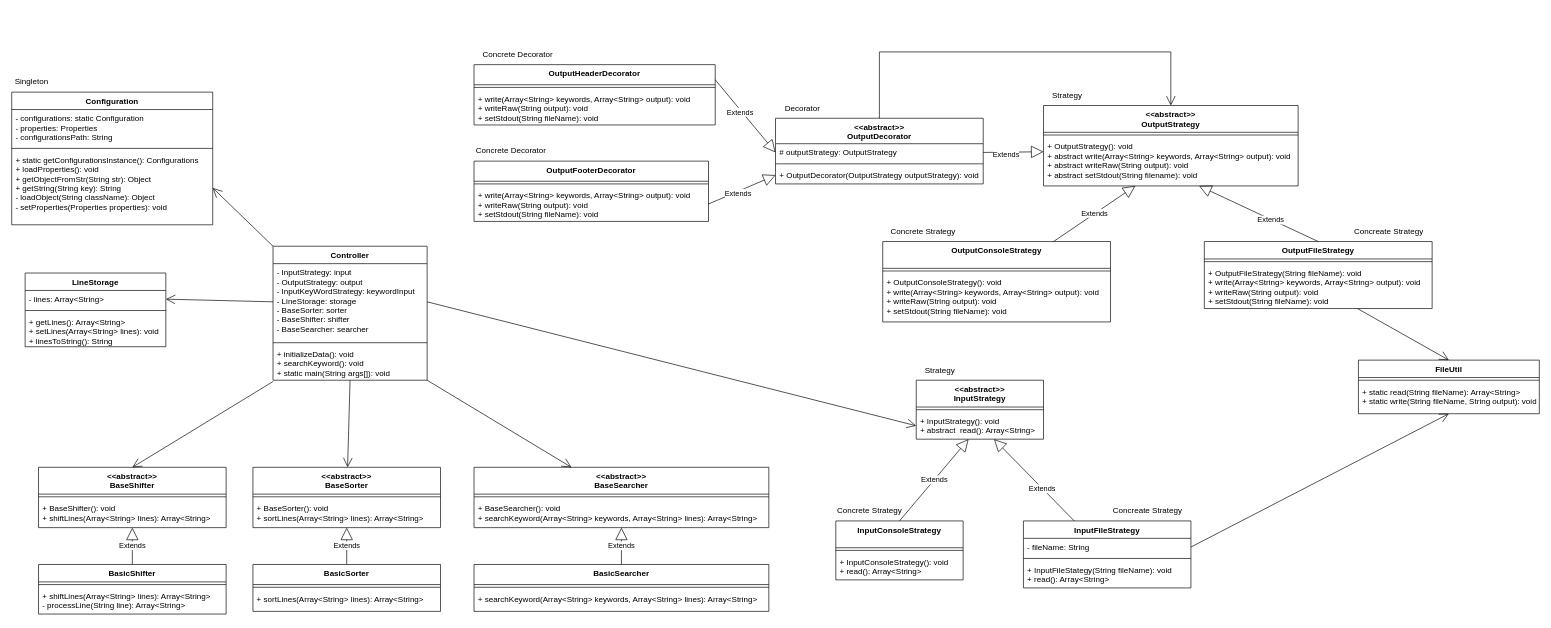
Above: SE311.drawio in nhd36/shopify-product-challenge (draw.io), before the change. Source tidied: cells renumbered, new cells numbered last; positions are measured from the earlier drawing's top-left corner, leaving out a move shared by most shapes. Both pictures are drawn from the tidied source at 67%, with x=0, y=0 at pixel (11, 44).
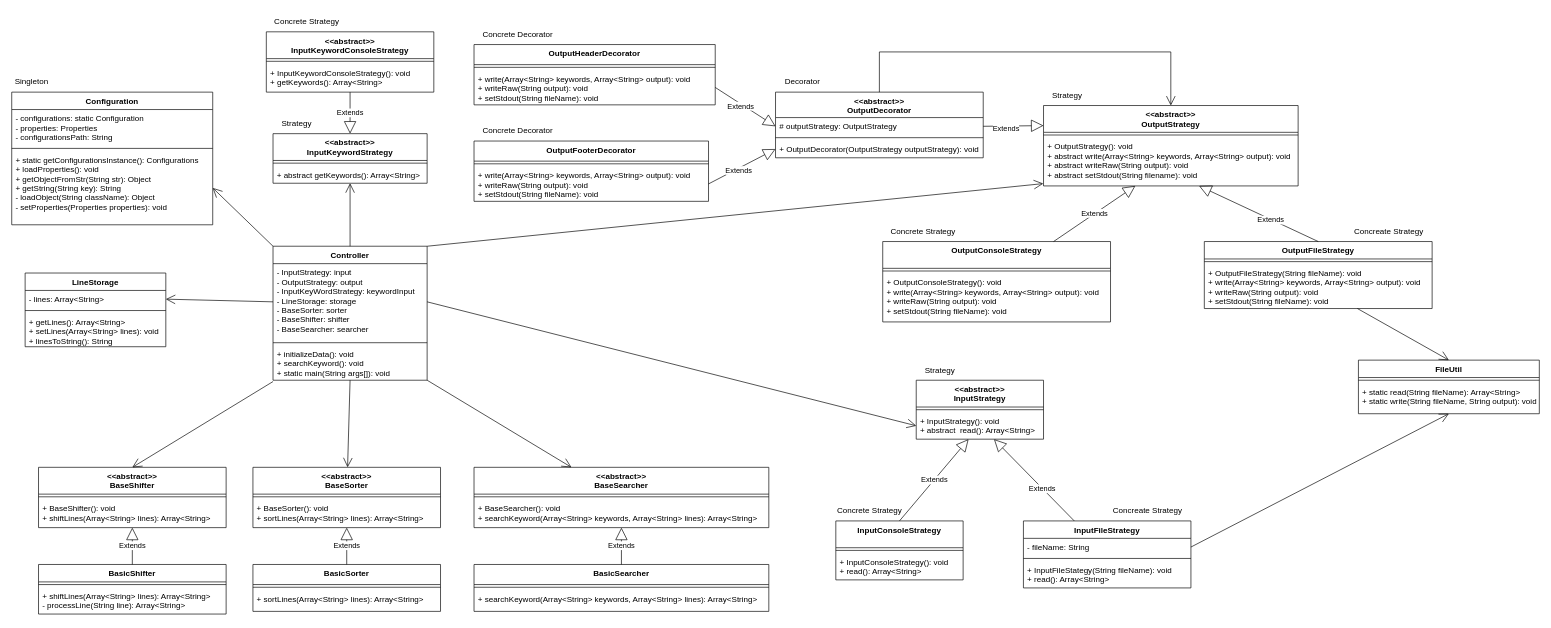
The same diagram, later.

The change refers to these unchanged cells:
```xml
<mxCell id="2" value="Controller" style="swimlane;fontStyle=1;align=center;verticalAlign=top;horizontal=1;startSize=26;" parent="1" vertex="1">
  <mxGeometry x="390" y="301" width="230" height="200" as="geometry" />
</mxCell>
<mxCell id="42" value="&lt;&lt;abstract&gt;&gt;&#10;OutputStrategy&#10;" style="swimlane;fontStyle=1;align=center;verticalAlign=top;horizontal=1;startSize=40;" parent="1" vertex="1">
  <mxGeometry x="1540" y="91" width="380" height="120" as="geometry" />
</mxCell>
<mxCell id="44" value="+ OutputStrategy(): void&#10;+ abstract write(Array&lt;String&gt; keywords, Array&lt;String&gt; output): void&#10;+ abstract writeRaw(String output): void&#10;+ abstract setStdout(String filename): void" style="text;strokeColor=none;fillColor=none;align=left;verticalAlign=top;spacingLeft=4;spacingRight=4;overflow=hidden;points=[[0,0.5],[1,0.5]];portConstraint=eastwest;" parent="42" vertex="1">
  <mxGeometry y="48" width="380" height="72" as="geometry" />
</mxCell>
<mxCell id="72" value="# outputStrategy: OutputStrategy" style="text;strokeColor=none;fillColor=none;align=left;verticalAlign=top;spacingLeft=4;spacingRight=4;overflow=hidden;points=[[0,0.5],[1,0.5]];portConstraint=eastwest;" parent="71" vertex="1">
  <mxGeometry y="38" width="310" height="26" as="geometry" />
</mxCell>
<mxCell id="78" value="+ write(Array&lt;String&gt; keywords, Array&lt;String&gt; output): void&#10;+ writeRaw(String output): void&#10;+ setStdout(String fileName): void" style="text;strokeColor=none;fillColor=none;align=left;verticalAlign=top;spacingLeft=4;spacingRight=4;overflow=hidden;points=[[0,0.5],[1,0.5]];portConstraint=eastwest;" parent="76" vertex="1">
  <mxGeometry y="38" width="360" height="52" as="geometry" />
</mxCell>
```

Change to the diagram source:
```diff
@@
     <mxCell id="71" value="&lt;&lt;abstract&gt;&gt;&#10;OutputDecorator&#10;" style="swimlane;fontStyle=1;align=center;verticalAlign=top;horizontal=1;startSize=38;" parent="1" vertex="1">
-      <mxGeometry x="1140" y="110" width="310" height="98" as="geometry" />
+      <mxGeometry x="1140" y="71" width="310" height="98" as="geometry" />
     </mxCell>
@@
     <mxCell id="76" value="OutputHeaderDecorator&#10;" style="swimlane;fontStyle=1;align=center;verticalAlign=top;horizontal=1;startSize=30;" parent="1" vertex="1">
-      <mxGeometry x="690" y="30" width="360" height="90" as="geometry" />
+      <mxGeometry x="690" width="360" height="90" as="geometry" />
     </mxCell>
@@
     <mxCell id="79" value="OutputFooterDecorator&#10;" style="swimlane;fontStyle=1;align=center;verticalAlign=top;horizontal=1;startSize=30;" parent="1" vertex="1">
-      <mxGeometry x="690" y="174" width="350" height="90" as="geometry" />
+      <mxGeometry x="690" y="144" width="350" height="90" as="geometry" />
     </mxCell>
@@
     <mxCell id="82" value="Decorator" style="text;html=1;align=center;verticalAlign=middle;strokeColor=none;fillColor=none;" parent="1" vertex="1">
-      <mxGeometry x="1140" y="80" width="80" height="30" as="geometry" />
+      <mxGeometry x="1140" y="41" width="80" height="30" as="geometry" />
     </mxCell>
     <mxCell id="83" value="Concrete Decorator" style="text;html=1;align=center;verticalAlign=middle;strokeColor=none;fillColor=none;" parent="1" vertex="1">
-      <mxGeometry x="690" width="130" height="30" as="geometry" />
+      <mxGeometry x="690" y="-30" width="130" height="30" as="geometry" />
     </mxCell>
     <mxCell id="84" value="Concrete Decorator" style="text;html=1;align=center;verticalAlign=middle;strokeColor=none;fillColor=none;" parent="1" vertex="1">
-      <mxGeometry x="680" y="144" width="130" height="30" as="geometry" />
+      <mxGeometry x="690" y="114" width="130" height="30" as="geometry" />
     </mxCell>
@@
-    <mxCell id="86" value="Extends" style="endArrow=block;endSize=16;endFill=0;html=1;rounded=0;exitX=1;exitY=0.25;exitDx=0;exitDy=0;entryX=0;entryY=0.5;entryDx=0;entryDy=0;" parent="1" edge="1" source="76" target="72">
+    <mxCell id="86" value="Extends" style="endArrow=block;endSize=16;endFill=0;html=1;rounded=0;exitX=1;exitY=0.5;exitDx=0;exitDy=0;entryX=0;entryY=0.5;entryDx=0;entryDy=0;" parent="1" edge="1" source="78" target="72">
       <mxGeometry x="-0.13" y="-3" relative="1" as="geometry" />
     </mxCell>
@@
-    <mxCell id="88" value="Extends" style="endArrow=block;endSize=16;endFill=0;html=1;rounded=0;exitX=1;exitY=0.5;exitDx=0;exitDy=0;entryX=0;entryY=0.292;entryDx=0;entryDy=0;entryPerimeter=0;" parent="1" edge="1" source="72" target="44">
+    <mxCell id="88" value="Extends" style="endArrow=block;endSize=16;endFill=0;html=1;rounded=0;exitX=1;exitY=0.5;exitDx=0;exitDy=0;entryX=0;entryY=0.25;entryDx=0;entryDy=0;" parent="1" edge="1" source="72" target="42">
       <mxGeometry x="-0.25" y="-3" relative="1" as="geometry" />
     </mxCell>
@@
+    <mxCell id="93" value="&lt;&lt;abstract&gt;&gt;&#10;InputKeywordStrategy" style="swimlane;fontStyle=1;align=center;verticalAlign=top;horizontal=1;startSize=40;" parent="1" vertex="1">
+      <mxGeometry x="390" y="133" width="230" height="74" as="geometry" />
+    </mxCell>
+    <mxCell id="94" style="line;strokeWidth=1;fillColor=none;align=left;verticalAlign=middle;spacingTop=-1;spacingLeft=3;spacingRight=3;labelPosition=right;strokeColor=inherit;" parent="93" vertex="1">
+      <mxGeometry y="40" width="230" height="8" as="geometry" />
+    </mxCell>
+    <mxCell id="95" value="+ abstract getKeywords(): Array&lt;String&gt;" style="text;strokeColor=none;fillColor=none;align=left;verticalAlign=top;spacingLeft=4;spacingRight=4;overflow=hidden;points=[[0,0.5],[1,0.5]];portConstraint=eastwest;" parent="93" vertex="1">
+      <mxGeometry y="48" width="230" height="26" as="geometry" />
+    </mxCell>
+    <mxCell id="96" value="&lt;&lt;abstract&gt;&gt;&#10;InputKeywordConsoleStrategy" style="swimlane;fontStyle=1;align=center;verticalAlign=top;horizontal=1;startSize=40;" parent="1" vertex="1">
+      <mxGeometry x="380" y="-19" width="250" height="90" as="geometry" />
+    </mxCell>
+    <mxCell id="97" style="line;strokeWidth=1;fillColor=none;align=left;verticalAlign=middle;spacingTop=-1;spacingLeft=3;spacingRight=3;labelPosition=right;strokeColor=inherit;" parent="96" vertex="1">
+      <mxGeometry y="40" width="250" height="8" as="geometry" />
+    </mxCell>
+    <mxCell id="98" value="+ InputKeywordConsoleStrategy(): void&#10;+ getKeywords(): Array&lt;String&gt;" style="text;strokeColor=none;fillColor=none;align=left;verticalAlign=top;spacingLeft=4;spacingRight=4;overflow=hidden;points=[[0,0.5],[1,0.5]];portConstraint=eastwest;" parent="96" vertex="1">
+      <mxGeometry y="48" width="250" height="42" as="geometry" />
+    </mxCell>
+    <mxCell id="99" style="endArrow=open;endFill=1;endSize=12;html=1;rounded=0;exitX=0.5;exitY=0;exitDx=0;exitDy=0;" parent="1" edge="1" source="2" target="95">
+      <mxGeometry relative="1" as="geometry" />
+    </mxCell>
+    <mxCell id="100" value="Extends" style="endArrow=block;endSize=16;endFill=0;html=1;rounded=0;entryX=0.5;entryY=0;entryDx=0;entryDy=0;" parent="1" edge="1" source="98" target="93">
+      <mxGeometry relative="1" as="geometry" />
+    </mxCell>
+    <mxCell id="101" style="endArrow=open;endFill=1;endSize=12;html=1;rounded=0;entryX=-0.001;entryY=0.952;entryDx=0;entryDy=0;entryPerimeter=0;exitX=1;exitY=0;exitDx=0;exitDy=0;" parent="1" edge="1" source="2" target="44">
+      <mxGeometry relative="1" as="geometry" />
+    </mxCell>
+    <mxCell id="102" value="Strategy" style="text;html=1;align=center;verticalAlign=middle;strokeColor=none;fillColor=none;" parent="1" vertex="1">
+      <mxGeometry x="390" y="103" width="70" height="30" as="geometry" />
+    </mxCell>
+    <mxCell id="103" value="Concrete Strategy" style="text;html=1;align=center;verticalAlign=middle;strokeColor=none;fillColor=none;" parent="1" vertex="1">
+      <mxGeometry x="380" y="-49" width="120" height="30" as="geometry" />
+    </mxCell>
```
